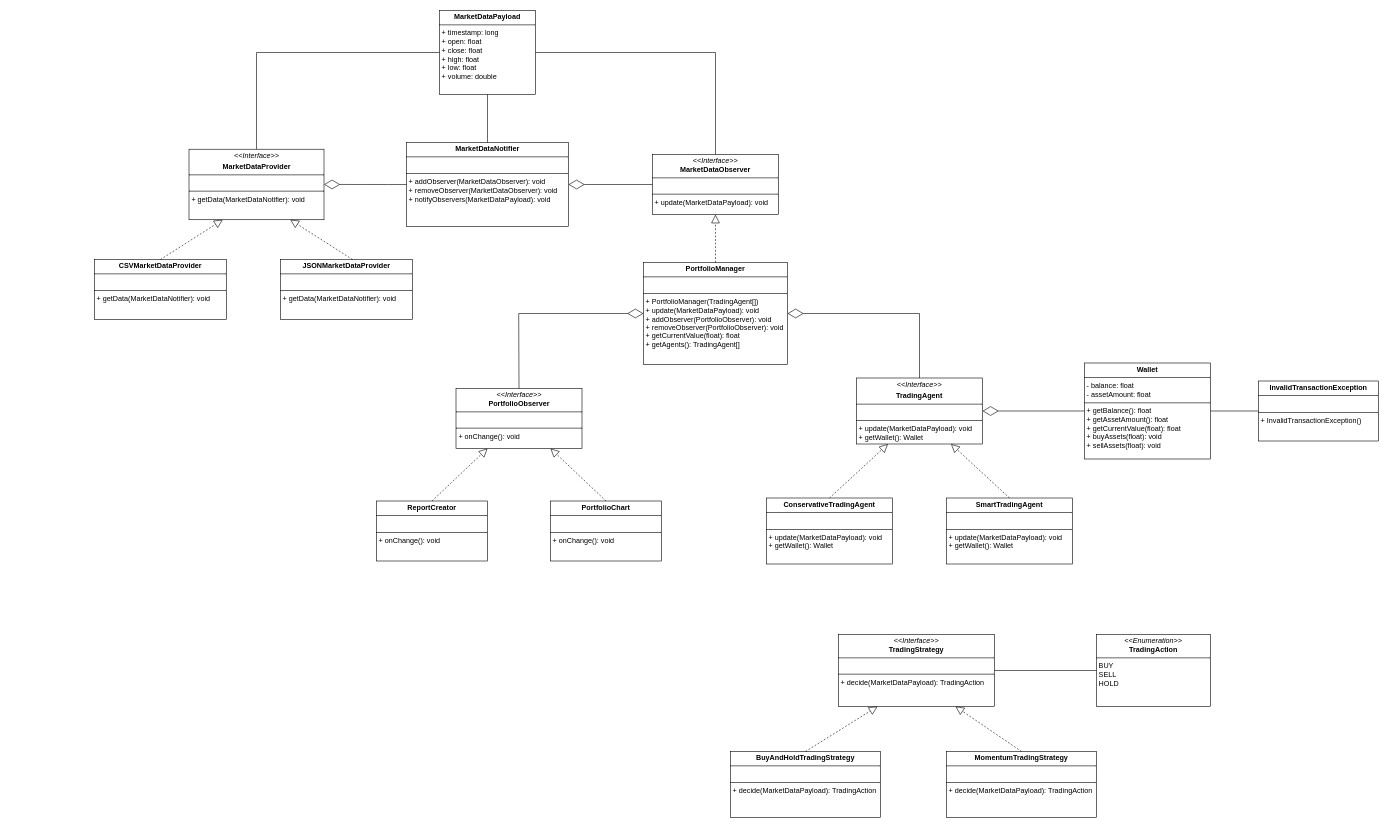
The draw.io diagram assets/uml.drawio in Filipeak/mini-hedge-fund, before the edit. Source tidied: cells renumbered, new cells numbered last; positions are measured from the earlier drawing's top-left corner, leaving out a move shared by most shapes. Both pictures are drawn from the tidied source at 60%, with x=0, y=0 at pixel (94, 10).
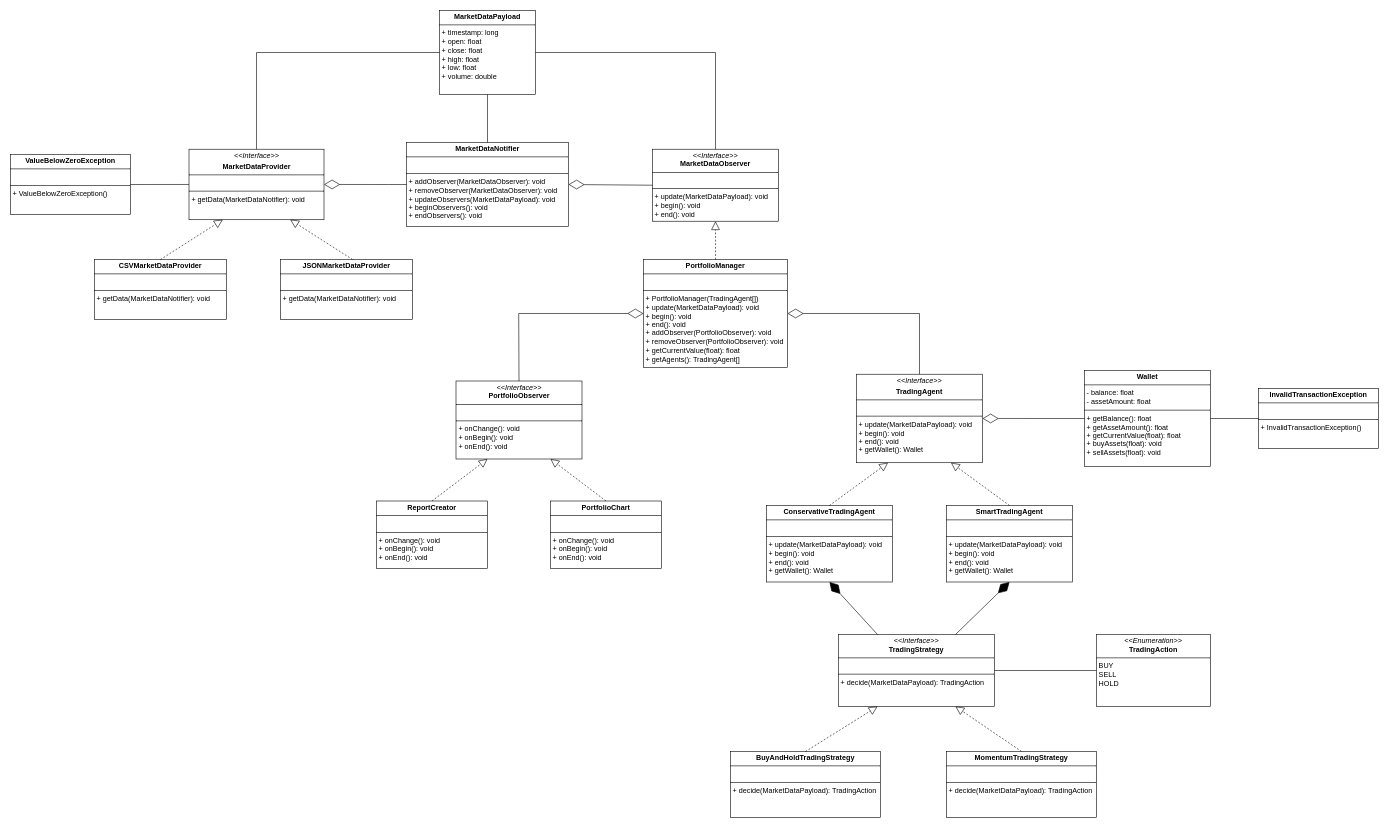
After the change.

Commit message (it also covers changes not shown here):
Add begin, end to interfaces, fixes

Unchanged cells that the change refers to:
```xml
<mxCell id="8" value="&lt;p style=&quot;margin:0px;margin-top:4px;text-align:center;&quot;&gt;&lt;i&gt;&amp;lt;&amp;lt;Interface&amp;gt;&amp;gt;&lt;/i&gt;&lt;br&gt;&lt;b&gt;TradingStrategy&lt;/b&gt;&lt;/p&gt;&lt;hr size=&quot;1&quot; style=&quot;border-style:solid;&quot;&gt;&lt;p style=&quot;margin:0px;margin-left:4px;&quot;&gt;&lt;br&gt;&lt;/p&gt;&lt;hr size=&quot;1&quot; style=&quot;border-style:solid;&quot;&gt;&lt;p style=&quot;margin:0px;margin-left:4px;&quot;&gt;+ decide(MarketDataPayload): TradingAction&lt;br&gt;&lt;/p&gt;" style="verticalAlign=top;align=left;overflow=fill;html=1;whiteSpace=wrap;" parent="1" vertex="1">
  <mxGeometry x="1240" y="1040" width="260" height="120" as="geometry" />
</mxCell>
<mxCell id="17" value="&lt;p style=&quot;margin:0px;margin-top:4px;text-align:center;&quot;&gt;&lt;i&gt;&amp;lt;&amp;lt;Interface&amp;gt;&amp;gt;&lt;/i&gt;&lt;/p&gt;&lt;p style=&quot;margin:0px;margin-top:4px;text-align:center;&quot;&gt;&lt;b&gt;MarketDataProvider&lt;/b&gt;&lt;/p&gt;&lt;hr size=&quot;1&quot; style=&quot;border-style:solid;&quot;&gt;&lt;p style=&quot;margin:0px;margin-left:4px;&quot;&gt;&lt;br&gt;&lt;/p&gt;&lt;hr size=&quot;1&quot; style=&quot;border-style:solid;&quot;&gt;&lt;p style=&quot;margin:0px;margin-left:4px;&quot;&gt;+ getData(MarketDataNotifier): void&lt;/p&gt;" style="verticalAlign=top;align=left;overflow=fill;html=1;whiteSpace=wrap;" parent="1" vertex="1">
  <mxGeometry x="157.5" y="231.2" width="225" height="117.5" as="geometry" />
</mxCell>
```

Diff of the diagram source:
```diff
@@
-    <mxCell id="2" value="&lt;p style=&quot;margin:0px;margin-top:4px;text-align:center;&quot;&gt;&lt;b&gt;MarketDataNotifier&lt;/b&gt;&lt;/p&gt;&lt;hr size=&quot;1&quot; style=&quot;border-style:solid;&quot;&gt;&lt;p style=&quot;margin:0px;margin-left:4px;&quot;&gt;&lt;br&gt;&lt;/p&gt;&lt;hr size=&quot;1&quot; style=&quot;border-style:solid;&quot;&gt;&lt;p style=&quot;margin:0px;margin-left:4px;&quot;&gt;&lt;span style=&quot;background-color: transparent; color: light-dark(rgb(0, 0, 0), rgb(255, 255, 255));&quot;&gt;+ addObserver(MarketDataObserver): void&lt;/span&gt;&lt;/p&gt;&lt;p style=&quot;margin:0px;margin-left:4px;&quot;&gt;+ removeObserver(MarketDataObserver): void&lt;/p&gt;&lt;p style=&quot;margin:0px;margin-left:4px;&quot;&gt;+ notifyObservers(MarketDataPayload): void&lt;/p&gt;" style="verticalAlign=top;align=left;overflow=fill;html=1;whiteSpace=wrap;" parent="1" vertex="1">
+    <mxCell id="2" value="&lt;p style=&quot;margin:0px;margin-top:4px;text-align:center;&quot;&gt;&lt;b&gt;MarketDataNotifier&lt;/b&gt;&lt;/p&gt;&lt;hr size=&quot;1&quot; style=&quot;border-style:solid;&quot;&gt;&lt;p style=&quot;margin:0px;margin-left:4px;&quot;&gt;&lt;br&gt;&lt;/p&gt;&lt;hr size=&quot;1&quot; style=&quot;border-style:solid;&quot;&gt;&lt;p style=&quot;margin:0px;margin-left:4px;&quot;&gt;&lt;span style=&quot;background-color: transparent; color: light-dark(rgb(0, 0, 0), rgb(255, 255, 255));&quot;&gt;+ addObserver(MarketDataObserver): void&lt;/span&gt;&lt;/p&gt;&lt;p style=&quot;margin:0px;margin-left:4px;&quot;&gt;+ removeObserver(MarketDataObserver): void&lt;/p&gt;&lt;p style=&quot;margin:0px;margin-left:4px;&quot;&gt;+ updateObservers(MarketDataPayload): void&lt;/p&gt;&lt;p style=&quot;margin:0px;margin-left:4px;&quot;&gt;+ beginObservers(): void&lt;/p&gt;&lt;p style=&quot;margin:0px;margin-left:4px;&quot;&gt;+ endObservers(): void&lt;/p&gt;" style="verticalAlign=top;align=left;overflow=fill;html=1;whiteSpace=wrap;" parent="1" vertex="1">
       <mxGeometry x="520" y="220" width="270" height="140" as="geometry" />
     </mxCell>
@@
-    <mxCell id="4" value="&lt;p style=&quot;margin:0px;margin-top:4px;text-align:center;&quot;&gt;&lt;i&gt;&amp;lt;&amp;lt;Interface&amp;gt;&amp;gt;&lt;/i&gt;&lt;br&gt;&lt;b&gt;MarketDataObserver&lt;/b&gt;&lt;/p&gt;&lt;hr size=&quot;1&quot; style=&quot;border-style:solid;&quot;&gt;&lt;p style=&quot;margin:0px;margin-left:4px;&quot;&gt;&lt;br&gt;&lt;/p&gt;&lt;hr size=&quot;1&quot; style=&quot;border-style:solid;&quot;&gt;&lt;p style=&quot;margin:0px;margin-left:4px;&quot;&gt;+ update(MarketDataPayload): void&lt;br&gt;&lt;/p&gt;" style="verticalAlign=top;align=left;overflow=fill;html=1;whiteSpace=wrap;" parent="1" vertex="1">
-      <mxGeometry x="930" y="240" width="210" height="100" as="geometry" />
+    <mxCell id="4" value="&lt;p style=&quot;margin:0px;margin-top:4px;text-align:center;&quot;&gt;&lt;i&gt;&amp;lt;&amp;lt;Interface&amp;gt;&amp;gt;&lt;/i&gt;&lt;br&gt;&lt;b&gt;MarketDataObserver&lt;/b&gt;&lt;/p&gt;&lt;hr size=&quot;1&quot; style=&quot;border-style:solid;&quot;&gt;&lt;p style=&quot;margin:0px;margin-left:4px;&quot;&gt;&lt;br&gt;&lt;/p&gt;&lt;hr size=&quot;1&quot; style=&quot;border-style:solid;&quot;&gt;&lt;p style=&quot;margin:0px;margin-left:4px;&quot;&gt;+ update(MarketDataPayload): void&lt;br&gt;&lt;/p&gt;&lt;p style=&quot;margin:0px;margin-left:4px;&quot;&gt;+ begin(): void&lt;/p&gt;&lt;p style=&quot;margin:0px;margin-left:4px;&quot;&gt;+ end(): void&lt;/p&gt;" style="verticalAlign=top;align=left;overflow=fill;html=1;whiteSpace=wrap;" parent="1" vertex="1">
+      <mxGeometry x="930" y="231.2" width="210" height="120" as="geometry" />
     </mxCell>
-    <mxCell id="5" value="&lt;p style=&quot;margin:0px;margin-top:4px;text-align:center;&quot;&gt;&lt;i style=&quot;&quot;&gt;&amp;lt;&amp;lt;Interface&amp;gt;&amp;gt;&lt;/i&gt;&lt;/p&gt;&lt;p style=&quot;margin:0px;margin-top:4px;text-align:center;&quot;&gt;&lt;b style=&quot;&quot;&gt;TradingAgent&lt;/b&gt;&lt;/p&gt;&lt;hr size=&quot;1&quot; style=&quot;border-style:solid;&quot;&gt;&lt;p style=&quot;margin:0px;margin-left:4px;&quot;&gt;&lt;br&gt;&lt;/p&gt;&lt;hr size=&quot;1&quot; style=&quot;border-style:solid;&quot;&gt;&lt;p style=&quot;margin:0px;margin-left:4px;&quot;&gt;+ update(MarketDataPayload): void&lt;/p&gt;&lt;p style=&quot;margin:0px;margin-left:4px;&quot;&gt;+ getWallet(): Wallet&lt;/p&gt;&lt;p style=&quot;margin:0px;margin-left:4px;&quot;&gt;&lt;br&gt;&lt;/p&gt;" style="verticalAlign=top;align=left;overflow=fill;html=1;whiteSpace=wrap;" parent="1" vertex="1">
-      <mxGeometry x="1270" y="612.5" width="210" height="110" as="geometry" />
+    <mxCell id="5" value="&lt;p style=&quot;margin:0px;margin-top:4px;text-align:center;&quot;&gt;&lt;i style=&quot;&quot;&gt;&amp;lt;&amp;lt;Interface&amp;gt;&amp;gt;&lt;/i&gt;&lt;/p&gt;&lt;p style=&quot;margin:0px;margin-top:4px;text-align:center;&quot;&gt;&lt;b style=&quot;&quot;&gt;TradingAgent&lt;/b&gt;&lt;/p&gt;&lt;hr size=&quot;1&quot; style=&quot;border-style:solid;&quot;&gt;&lt;p style=&quot;margin:0px;margin-left:4px;&quot;&gt;&lt;br&gt;&lt;/p&gt;&lt;hr size=&quot;1&quot; style=&quot;border-style:solid;&quot;&gt;&lt;p style=&quot;margin:0px;margin-left:4px;&quot;&gt;+ update(MarketDataPayload): void&lt;/p&gt;&lt;p style=&quot;margin:0px;margin-left:4px;&quot;&gt;+ begin(): void&lt;/p&gt;&lt;p style=&quot;margin:0px;margin-left:4px;&quot;&gt;+ end(): void&lt;/p&gt;&lt;p style=&quot;margin:0px;margin-left:4px;&quot;&gt;+ getWallet(): Wallet&lt;/p&gt;&lt;p style=&quot;margin:0px;margin-left:4px;&quot;&gt;&lt;br&gt;&lt;/p&gt;" style="verticalAlign=top;align=left;overflow=fill;html=1;whiteSpace=wrap;" parent="1" vertex="1">
+      <mxGeometry x="1270" y="606.2" width="210" height="147.5" as="geometry" />
     </mxCell>
-    <mxCell id="6" value="&lt;p style=&quot;margin:0px;margin-top:4px;text-align:center;&quot;&gt;&lt;b&gt;ConservativeTradingAgent&lt;/b&gt;&lt;/p&gt;&lt;hr size=&quot;1&quot; style=&quot;border-style:solid;&quot;&gt;&lt;p style=&quot;margin:0px;margin-left:4px;&quot;&gt;&lt;br&gt;&lt;/p&gt;&lt;hr size=&quot;1&quot; style=&quot;border-style:solid;&quot;&gt;&lt;p style=&quot;margin: 0px 0px 0px 4px;&quot;&gt;+ update(MarketDataPayload): void&lt;/p&gt;&lt;p style=&quot;margin: 0px 0px 0px 4px;&quot;&gt;+&amp;nbsp;getWallet(): Wallet&lt;/p&gt;&lt;p style=&quot;margin:0px;margin-left:4px;&quot;&gt;&lt;br&gt;&lt;/p&gt;" style="verticalAlign=top;align=left;overflow=fill;html=1;whiteSpace=wrap;" parent="1" vertex="1">
-      <mxGeometry x="1120" y="812.5" width="210" height="110" as="geometry" />
+    <mxCell id="6" value="&lt;p style=&quot;margin:0px;margin-top:4px;text-align:center;&quot;&gt;&lt;b&gt;ConservativeTradingAgent&lt;/b&gt;&lt;/p&gt;&lt;hr size=&quot;1&quot; style=&quot;border-style:solid;&quot;&gt;&lt;p style=&quot;margin:0px;margin-left:4px;&quot;&gt;&lt;br&gt;&lt;/p&gt;&lt;hr size=&quot;1&quot; style=&quot;border-style:solid;&quot;&gt;&lt;p style=&quot;margin: 0px 0px 0px 4px;&quot;&gt;+ update(MarketDataPayload): void&lt;/p&gt;&lt;p style=&quot;margin: 0px 0px 0px 4px;&quot;&gt;+ begin(): void&lt;/p&gt;&lt;p style=&quot;margin: 0px 0px 0px 4px;&quot;&gt;+ end(): void&lt;/p&gt;&lt;p style=&quot;margin: 0px 0px 0px 4px;&quot;&gt;+&amp;nbsp;getWallet(): Wallet&lt;/p&gt;&lt;p style=&quot;margin:0px;margin-left:4px;&quot;&gt;&lt;br&gt;&lt;/p&gt;" style="verticalAlign=top;align=left;overflow=fill;html=1;whiteSpace=wrap;" parent="1" vertex="1">
+      <mxGeometry x="1120" y="825" width="210" height="127.5" as="geometry" />
     </mxCell>
-    <mxCell id="7" value="&lt;p style=&quot;margin:0px;margin-top:4px;text-align:center;&quot;&gt;&lt;b&gt;SmartTradingAgent&lt;/b&gt;&lt;/p&gt;&lt;hr size=&quot;1&quot; style=&quot;border-style:solid;&quot;&gt;&lt;p style=&quot;margin:0px;margin-left:4px;&quot;&gt;&lt;br&gt;&lt;/p&gt;&lt;hr size=&quot;1&quot; style=&quot;border-style:solid;&quot;&gt;&lt;p style=&quot;margin: 0px 0px 0px 4px;&quot;&gt;+ update(MarketDataPayload): void&lt;/p&gt;&lt;p style=&quot;margin: 0px 0px 0px 4px;&quot;&gt;+&amp;nbsp;getWallet(): Wallet&lt;/p&gt;" style="verticalAlign=top;align=left;overflow=fill;html=1;whiteSpace=wrap;" parent="1" vertex="1">
-      <mxGeometry x="1420" y="812.5" width="210" height="110" as="geometry" />
+    <mxCell id="7" value="&lt;p style=&quot;margin:0px;margin-top:4px;text-align:center;&quot;&gt;&lt;b&gt;SmartTradingAgent&lt;/b&gt;&lt;/p&gt;&lt;hr size=&quot;1&quot; style=&quot;border-style:solid;&quot;&gt;&lt;p style=&quot;margin:0px;margin-left:4px;&quot;&gt;&lt;br&gt;&lt;/p&gt;&lt;hr size=&quot;1&quot; style=&quot;border-style:solid;&quot;&gt;&lt;p style=&quot;margin: 0px 0px 0px 4px;&quot;&gt;+ update(MarketDataPayload): void&lt;/p&gt;&lt;p style=&quot;margin: 0px 0px 0px 4px;&quot;&gt;+ begin(): void&lt;/p&gt;&lt;p style=&quot;margin: 0px 0px 0px 4px;&quot;&gt;+ end(): void&lt;/p&gt;&lt;p style=&quot;margin: 0px 0px 0px 4px;&quot;&gt;+&amp;nbsp;getWallet(): Wallet&lt;/p&gt;" style="verticalAlign=top;align=left;overflow=fill;html=1;whiteSpace=wrap;" parent="1" vertex="1">
+      <mxGeometry x="1420" y="825" width="210" height="127.5" as="geometry" />
     </mxCell>
@@
     <mxCell id="25" value="&lt;p style=&quot;margin:0px;margin-top:4px;text-align:center;&quot;&gt;&lt;b&gt;Wallet&lt;/b&gt;&lt;/p&gt;&lt;hr size=&quot;1&quot; style=&quot;border-style:solid;&quot;&gt;&lt;p style=&quot;margin:0px;margin-left:4px;&quot;&gt;- balance: float&lt;/p&gt;&lt;p style=&quot;margin:0px;margin-left:4px;&quot;&gt;- assetAmount: float&lt;/p&gt;&lt;hr size=&quot;1&quot; style=&quot;border-style:solid;&quot;&gt;&lt;p style=&quot;margin:0px;margin-left:4px;&quot;&gt;&lt;span style=&quot;background-color: transparent; color: light-dark(rgb(0, 0, 0), rgb(255, 255, 255));&quot;&gt;+ getBalance(): float&lt;/span&gt;&lt;/p&gt;&lt;p style=&quot;margin:0px;margin-left:4px;&quot;&gt;&lt;span style=&quot;background-color: transparent; color: light-dark(rgb(0, 0, 0), rgb(255, 255, 255));&quot;&gt;+ getAssetAmount(): float&lt;/span&gt;&lt;/p&gt;&lt;p style=&quot;margin:0px;margin-left:4px;&quot;&gt;&lt;span style=&quot;background-color: transparent; color: light-dark(rgb(0, 0, 0), rgb(255, 255, 255));&quot;&gt;+ getCurrentValue(float): float&lt;/span&gt;&lt;/p&gt;&lt;p style=&quot;margin:0px;margin-left:4px;&quot;&gt;&lt;span style=&quot;background-color: transparent; color: light-dark(rgb(0, 0, 0), rgb(255, 255, 255));&quot;&gt;+ buyAssets(float): void&lt;/span&gt;&lt;/p&gt;&lt;p style=&quot;margin:0px;margin-left:4px;&quot;&gt;&lt;span style=&quot;background-color: transparent; color: light-dark(rgb(0, 0, 0), rgb(255, 255, 255));&quot;&gt;+ sellAssets(float): void&lt;/span&gt;&lt;/p&gt;" style="verticalAlign=top;align=left;overflow=fill;html=1;whiteSpace=wrap;" parent="1" vertex="1">
-      <mxGeometry x="1650" y="587.5" width="210" height="160" as="geometry" />
+      <mxGeometry x="1650" y="600" width="210" height="160" as="geometry" />
     </mxCell>
@@
-    <mxCell id="28" value="&lt;p style=&quot;margin:0px;margin-top:4px;text-align:center;&quot;&gt;&lt;b style=&quot;&quot;&gt;PortfolioManager&lt;/b&gt;&lt;/p&gt;&lt;hr size=&quot;1&quot; style=&quot;border-style:solid;&quot;&gt;&lt;p style=&quot;margin:0px;margin-left:4px;&quot;&gt;&lt;br&gt;&lt;/p&gt;&lt;hr size=&quot;1&quot; style=&quot;border-style:solid;&quot;&gt;&lt;p style=&quot;margin:0px;margin-left:4px;&quot;&gt;+ PortfolioManager(TradingAgent[])&lt;/p&gt;&lt;p style=&quot;margin:0px;margin-left:4px;&quot;&gt;+ update(MarketDataPayload): void&lt;br&gt;&lt;/p&gt;&lt;p style=&quot;margin:0px;margin-left:4px;&quot;&gt;+ addObserver(PortfolioObserver): void&lt;/p&gt;&lt;p style=&quot;margin:0px;margin-left:4px;&quot;&gt;+ removeObserver(PortfolioObserver): void&lt;/p&gt;&lt;p style=&quot;margin:0px;margin-left:4px;&quot;&gt;+ getCurrentValue(float): float&lt;/p&gt;&lt;p style=&quot;margin:0px;margin-left:4px;&quot;&gt;+ getAgents(): TradingAgent[]&lt;/p&gt;" style="verticalAlign=top;align=left;overflow=fill;html=1;whiteSpace=wrap;" parent="1" vertex="1">
-      <mxGeometry x="915" y="420" width="240" height="170" as="geometry" />
+    <mxCell id="28" value="&lt;p style=&quot;margin:0px;margin-top:4px;text-align:center;&quot;&gt;&lt;b style=&quot;&quot;&gt;PortfolioManager&lt;/b&gt;&lt;/p&gt;&lt;hr size=&quot;1&quot; style=&quot;border-style:solid;&quot;&gt;&lt;p style=&quot;margin:0px;margin-left:4px;&quot;&gt;&lt;br&gt;&lt;/p&gt;&lt;hr size=&quot;1&quot; style=&quot;border-style:solid;&quot;&gt;&lt;p style=&quot;margin:0px;margin-left:4px;&quot;&gt;+ PortfolioManager(TradingAgent[])&lt;/p&gt;&lt;p style=&quot;margin:0px;margin-left:4px;&quot;&gt;+ update(MarketDataPayload): void&lt;br&gt;&lt;/p&gt;&lt;p style=&quot;margin:0px;margin-left:4px;&quot;&gt;+ begin(): void&lt;/p&gt;&lt;p style=&quot;margin:0px;margin-left:4px;&quot;&gt;+ end(): void&lt;/p&gt;&lt;p style=&quot;margin:0px;margin-left:4px;&quot;&gt;+ addObserver(PortfolioObserver): void&lt;/p&gt;&lt;p style=&quot;margin:0px;margin-left:4px;&quot;&gt;+ removeObserver(PortfolioObserver): void&lt;/p&gt;&lt;p style=&quot;margin:0px;margin-left:4px;&quot;&gt;+ getCurrentValue(float): float&lt;/p&gt;&lt;p style=&quot;margin:0px;margin-left:4px;&quot;&gt;+ getAgents(): TradingAgent[]&lt;/p&gt;" style="verticalAlign=top;align=left;overflow=fill;html=1;whiteSpace=wrap;" parent="1" vertex="1">
+      <mxGeometry x="915" y="415" width="240" height="180" as="geometry" />
     </mxCell>
@@
-    <mxCell id="31" value="&lt;p style=&quot;margin:0px;margin-top:4px;text-align:center;&quot;&gt;&lt;i&gt;&amp;lt;&amp;lt;Interface&amp;gt;&amp;gt;&lt;/i&gt;&lt;br&gt;&lt;b&gt;PortfolioObserver&lt;/b&gt;&lt;/p&gt;&lt;hr size=&quot;1&quot; style=&quot;border-style:solid;&quot;&gt;&lt;p style=&quot;margin:0px;margin-left:4px;&quot;&gt;&lt;br&gt;&lt;/p&gt;&lt;hr size=&quot;1&quot; style=&quot;border-style:solid;&quot;&gt;&lt;p style=&quot;margin:0px;margin-left:4px;&quot;&gt;+ onChange(): void&lt;br&gt;&lt;/p&gt;" style="verticalAlign=top;align=left;overflow=fill;html=1;whiteSpace=wrap;" parent="1" vertex="1">
-      <mxGeometry x="602.5" y="630" width="210" height="100" as="geometry" />
+    <mxCell id="31" value="&lt;p style=&quot;margin:0px;margin-top:4px;text-align:center;&quot;&gt;&lt;i&gt;&amp;lt;&amp;lt;Interface&amp;gt;&amp;gt;&lt;/i&gt;&lt;br&gt;&lt;b&gt;PortfolioObserver&lt;/b&gt;&lt;/p&gt;&lt;hr size=&quot;1&quot; style=&quot;border-style:solid;&quot;&gt;&lt;p style=&quot;margin:0px;margin-left:4px;&quot;&gt;&lt;br&gt;&lt;/p&gt;&lt;hr size=&quot;1&quot; style=&quot;border-style:solid;&quot;&gt;&lt;p style=&quot;margin:0px;margin-left:4px;&quot;&gt;+ onChange(): void&lt;br&gt;&lt;/p&gt;&lt;p style=&quot;margin:0px;margin-left:4px;&quot;&gt;+ onBegin(): void&lt;/p&gt;&lt;p style=&quot;margin:0px;margin-left:4px;&quot;&gt;+ onEnd(): void&lt;/p&gt;" style="verticalAlign=top;align=left;overflow=fill;html=1;whiteSpace=wrap;" parent="1" vertex="1">
+      <mxGeometry x="602.5" y="617.5" width="210" height="130" as="geometry" />
     </mxCell>
@@
-    <mxCell id="33" value="&lt;p style=&quot;margin:0px;margin-top:4px;text-align:center;&quot;&gt;&lt;b&gt;PortfolioChart&lt;/b&gt;&lt;/p&gt;&lt;hr size=&quot;1&quot; style=&quot;border-style:solid;&quot;&gt;&lt;p style=&quot;margin:0px;margin-left:4px;&quot;&gt;&lt;br&gt;&lt;/p&gt;&lt;hr size=&quot;1&quot; style=&quot;border-style:solid;&quot;&gt;&lt;p style=&quot;margin:0px;margin-left:4px;&quot;&gt;+ onChange(): void&lt;/p&gt;" style="verticalAlign=top;align=left;overflow=fill;html=1;whiteSpace=wrap;" parent="1" vertex="1">
-      <mxGeometry x="760" y="817.5" width="185" height="100" as="geometry" />
+    <mxCell id="33" value="&lt;p style=&quot;margin:0px;margin-top:4px;text-align:center;&quot;&gt;&lt;b&gt;PortfolioChart&lt;/b&gt;&lt;/p&gt;&lt;hr size=&quot;1&quot; style=&quot;border-style:solid;&quot;&gt;&lt;p style=&quot;margin:0px;margin-left:4px;&quot;&gt;&lt;br&gt;&lt;/p&gt;&lt;hr size=&quot;1&quot; style=&quot;border-style:solid;&quot;&gt;&lt;p style=&quot;margin: 0px 0px 0px 4px;&quot;&gt;+ onChange(): void&lt;br&gt;&lt;/p&gt;&lt;p style=&quot;margin: 0px 0px 0px 4px;&quot;&gt;+ onBegin(): void&lt;/p&gt;&lt;p style=&quot;margin: 0px 0px 0px 4px;&quot;&gt;+ onEnd(): void&lt;/p&gt;" style="verticalAlign=top;align=left;overflow=fill;html=1;whiteSpace=wrap;" parent="1" vertex="1">
+      <mxGeometry x="760" y="817.5" width="185" height="112.5" as="geometry" />
     </mxCell>
@@
     <mxCell id="35" value="&lt;p style=&quot;margin:0px;margin-top:4px;text-align:center;&quot;&gt;&lt;b&gt;InvalidTransactionException&lt;/b&gt;&lt;/p&gt;&lt;hr size=&quot;1&quot; style=&quot;border-style:solid;&quot;&gt;&lt;p style=&quot;margin:0px;margin-left:4px;&quot;&gt;&lt;br&gt;&lt;/p&gt;&lt;hr size=&quot;1&quot; style=&quot;border-style:solid;&quot;&gt;&lt;p style=&quot;margin:0px;margin-left:4px;&quot;&gt;&lt;span style=&quot;background-color: transparent; color: light-dark(rgb(0, 0, 0), rgb(255, 255, 255));&quot;&gt;+ InvalidTransactionException()&lt;/span&gt;&lt;/p&gt;" style="verticalAlign=top;align=left;overflow=fill;html=1;whiteSpace=wrap;" parent="1" vertex="1">
-      <mxGeometry x="1940" y="617.5" width="200" height="100" as="geometry" />
+      <mxGeometry x="1940" y="630" width="200" height="100" as="geometry" />
     </mxCell>
@@
-    <mxCell id="37" value="&lt;p style=&quot;margin:0px;margin-top:4px;text-align:center;&quot;&gt;&lt;b&gt;ReportCreator&lt;/b&gt;&lt;/p&gt;&lt;hr size=&quot;1&quot; style=&quot;border-style:solid;&quot;&gt;&lt;p style=&quot;margin:0px;margin-left:4px;&quot;&gt;&lt;br&gt;&lt;/p&gt;&lt;hr size=&quot;1&quot; style=&quot;border-style:solid;&quot;&gt;&lt;p style=&quot;margin:0px;margin-left:4px;&quot;&gt;+ onChange(): void&lt;/p&gt;" style="verticalAlign=top;align=left;overflow=fill;html=1;whiteSpace=wrap;" parent="1" vertex="1">
-      <mxGeometry x="470" y="817.5" width="185" height="100" as="geometry" />
+    <mxCell id="37" value="&lt;p style=&quot;margin:0px;margin-top:4px;text-align:center;&quot;&gt;&lt;b&gt;ReportCreator&lt;/b&gt;&lt;/p&gt;&lt;hr size=&quot;1&quot; style=&quot;border-style:solid;&quot;&gt;&lt;p style=&quot;margin:0px;margin-left:4px;&quot;&gt;&lt;br&gt;&lt;/p&gt;&lt;hr size=&quot;1&quot; style=&quot;border-style:solid;&quot;&gt;&lt;p style=&quot;margin: 0px 0px 0px 4px;&quot;&gt;+ onChange(): void&lt;br&gt;&lt;/p&gt;&lt;p style=&quot;margin: 0px 0px 0px 4px;&quot;&gt;+ onBegin(): void&lt;/p&gt;&lt;p style=&quot;margin: 0px 0px 0px 4px;&quot;&gt;+ onEnd(): void&lt;/p&gt;" style="verticalAlign=top;align=left;overflow=fill;html=1;whiteSpace=wrap;" parent="1" vertex="1">
+      <mxGeometry x="470" y="817.5" width="185" height="112.5" as="geometry" />
     </mxCell>
@@
+    <mxCell id="40" style="endArrow=diamondThin;endFill=1;endSize=24;html=1;rounded=0;exitX=0.25;exitY=0;exitDx=0;exitDy=0;entryX=0.5;entryY=1;entryDx=0;entryDy=0;" parent="1" edge="1" source="8" target="6">
+      <mxGeometry relative="1" as="geometry" />
+    </mxCell>
+    <mxCell id="41" style="endArrow=diamondThin;endFill=1;endSize=24;html=1;rounded=0;exitX=0.75;exitY=0;exitDx=0;exitDy=0;entryX=0.5;entryY=1;entryDx=0;entryDy=0;" parent="1" edge="1" source="8" target="7">
+      <mxGeometry relative="1" as="geometry" />
+    </mxCell>
+    <mxCell id="42" value="&lt;p style=&quot;margin:0px;margin-top:4px;text-align:center;&quot;&gt;&lt;b&gt;ValueBelowZeroException&lt;/b&gt;&lt;/p&gt;&lt;hr size=&quot;1&quot; style=&quot;border-style:solid;&quot;&gt;&lt;p style=&quot;margin:0px;margin-left:4px;&quot;&gt;&lt;br&gt;&lt;/p&gt;&lt;hr size=&quot;1&quot; style=&quot;border-style:solid;&quot;&gt;&lt;p style=&quot;margin:0px;margin-left:4px;&quot;&gt;&lt;span style=&quot;background-color: transparent; color: light-dark(rgb(0, 0, 0), rgb(255, 255, 255));&quot;&gt;+ ValueBelowZeroException()&lt;/span&gt;&lt;/p&gt;" style="verticalAlign=top;align=left;overflow=fill;html=1;whiteSpace=wrap;" parent="1" vertex="1">
+      <mxGeometry x="-140" y="240" width="200" height="100" as="geometry" />
+    </mxCell>
+    <mxCell id="43" style="endArrow=none;html=1;rounded=0;exitX=1;exitY=0.5;exitDx=0;exitDy=0;entryX=0;entryY=0.5;entryDx=0;entryDy=0;" parent="1" edge="1" source="42" target="17">
+      <mxGeometry relative="1" as="geometry" />
+    </mxCell>
```
